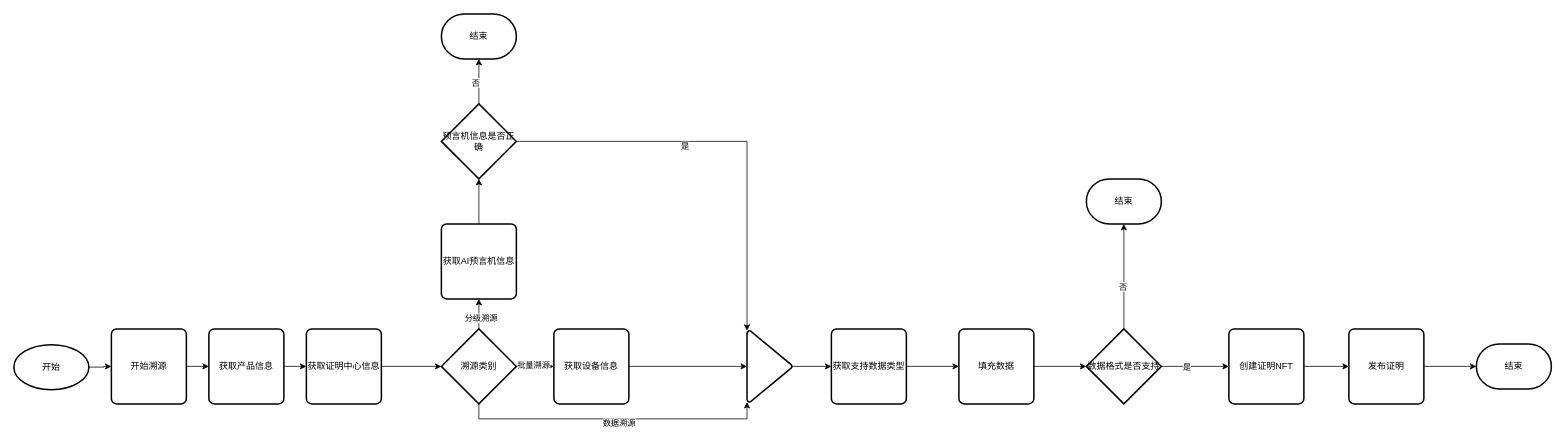
This is page "溯源功能" (5 of 11) of 申请流程.drawio from xymtop/draw, a draw.io file, before an edit. Source tidied: cells renumbered, new cells numbered last; positions are measured from the earlier drawing's top-left corner, leaving out a move shared by most shapes. Both pictures are drawn from the tidied source at 75%, with x=0, y=0 at pixel (14, 14).
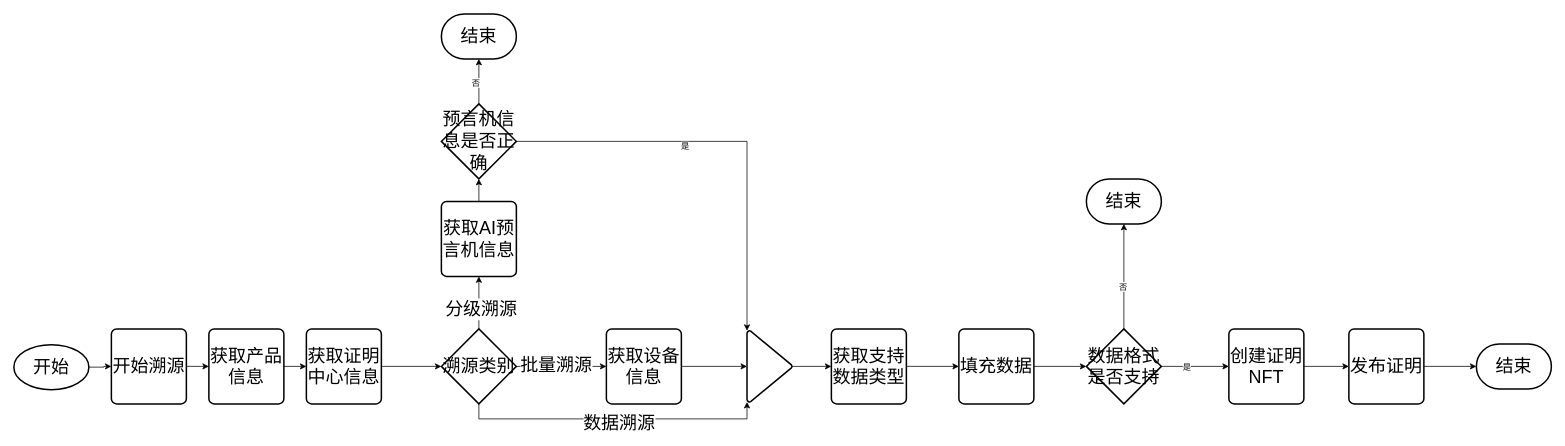
The same page after the edit.

The change refers to these unchanged cells:
```xml
<mxCell id="4" style="edgeStyle=orthogonalEdgeStyle;rounded=0;jettySize=auto;html=1;exitX=1;exitY=0.5;exitDx=0;exitDy=0;exitPerimeter=0;entryX=0;entryY=0.5;entryDx=0;entryDy=0;" parent="1" edge="1" source="8" target="16">
  <mxGeometry relative="1" as="geometry" />
</mxCell>
<mxCell id="6" style="edgeStyle=orthogonalEdgeStyle;rounded=0;jettySize=auto;html=1;exitX=0.5;exitY=0;exitDx=0;exitDy=0;exitPerimeter=0;entryX=0.5;entryY=1;entryDx=0;entryDy=0;" parent="1" edge="1" source="8" target="14">
  <mxGeometry relative="1" as="geometry" />
</mxCell>
<mxCell id="26" style="edgeStyle=orthogonalEdgeStyle;rounded=0;jettySize=auto;html=1;exitX=0.5;exitY=1;exitDx=0;exitDy=0;exitPerimeter=0;entryX=0;entryY=0;entryDx=0;entryDy=0;entryPerimeter=0;" parent="1" edge="1" source="8" target="20">
  <mxGeometry relative="1" as="geometry" />
</mxCell>
```

Diff of the diagram source:
```diff
@@
-    <mxCell id="3" value="开始" style="strokeWidth=2;html=1;shape=mxgraph.flowchart.start_1;whiteSpace=wrap;" parent="1" vertex="1">
+    <mxCell id="3" value="&lt;font style=&quot;font-size: 24px;&quot;&gt;开始&lt;/font&gt;" style="strokeWidth=2;html=1;shape=mxgraph.flowchart.start_1;whiteSpace=wrap;" parent="1" vertex="1">
       <mxGeometry y="441" width="100" height="60" as="geometry" />
     </mxCell>
@@
-    <mxCell id="5" value="批量溯源" style="edgeLabel;html=1;align=center;verticalAlign=middle;" parent="4" vertex="1">
+    <mxCell id="5" value="&lt;font style=&quot;font-size: 24px;&quot;&gt;批量溯源&lt;/font&gt;" style="edgeLabel;html=1;align=center;verticalAlign=middle;" parent="4" vertex="1">
       <mxGeometry x="-0.13" y="2" relative="1" as="geometry" />
     </mxCell>
@@
-    <mxCell id="7" value="分级溯源" style="edgeLabel;html=1;align=center;verticalAlign=middle;" parent="6" vertex="1">
+    <mxCell id="7" value="&lt;font style=&quot;font-size: 24px;&quot;&gt;分级溯源&lt;/font&gt;" style="edgeLabel;html=1;align=center;verticalAlign=middle;" parent="6" vertex="1">
       <mxGeometry x="-0.23" y="-2" relative="1" as="geometry" />
     </mxCell>
-    <mxCell id="8" value="溯源类别" style="strokeWidth=2;html=1;shape=mxgraph.flowchart.decision;whiteSpace=wrap;" parent="1" vertex="1">
+    <mxCell id="8" value="&lt;font style=&quot;font-size: 24px;&quot;&gt;溯源类别&lt;/font&gt;" style="strokeWidth=2;html=1;shape=mxgraph.flowchart.decision;whiteSpace=wrap;" parent="1" vertex="1">
       <mxGeometry x="570" y="420" width="100" height="100" as="geometry" />
     </mxCell>
@@
-    <mxCell id="10" value="开始溯源" style="rounded=1;whiteSpace=wrap;html=1;absoluteArcSize=1;arcSize=14;strokeWidth=2;" parent="1" vertex="1">
+    <mxCell id="10" value="&lt;font style=&quot;font-size: 24px;&quot;&gt;开始溯源&lt;/font&gt;" style="rounded=1;whiteSpace=wrap;html=1;absoluteArcSize=1;arcSize=14;strokeWidth=2;" parent="1" vertex="1">
       <mxGeometry x="130" y="420" width="100" height="100" as="geometry" />
     </mxCell>
@@
-    <mxCell id="12" value="获取产品信息" style="rounded=1;whiteSpace=wrap;html=1;absoluteArcSize=1;arcSize=14;strokeWidth=2;" parent="1" vertex="1">
+    <mxCell id="12" value="&lt;font style=&quot;font-size: 24px;&quot;&gt;获取产品信息&lt;/font&gt;" style="rounded=1;whiteSpace=wrap;html=1;absoluteArcSize=1;arcSize=14;strokeWidth=2;" parent="1" vertex="1">
       <mxGeometry x="260" y="420" width="100" height="100" as="geometry" />
     </mxCell>
-    <mxCell id="13" value="获取证明中心信息" style="rounded=1;whiteSpace=wrap;html=1;absoluteArcSize=1;arcSize=14;strokeWidth=2;" parent="1" vertex="1">
+    <mxCell id="13" value="&lt;font style=&quot;font-size: 24px;&quot;&gt;获取证明中心信息&lt;/font&gt;" style="rounded=1;whiteSpace=wrap;html=1;absoluteArcSize=1;arcSize=14;strokeWidth=2;" parent="1" vertex="1">
       <mxGeometry x="390" y="420" width="100" height="100" as="geometry" />
     </mxCell>
-    <mxCell id="14" value="获取AI预言机信息" style="rounded=1;whiteSpace=wrap;html=1;absoluteArcSize=1;arcSize=14;strokeWidth=2;" parent="1" vertex="1">
-      <mxGeometry x="570" y="280" width="100" height="100" as="geometry" />
+    <mxCell id="14" value="&lt;font style=&quot;font-size: 24px;&quot;&gt;获取AI预言机信息&lt;/font&gt;" style="rounded=1;whiteSpace=wrap;html=1;absoluteArcSize=1;arcSize=14;strokeWidth=2;" parent="1" vertex="1">
+      <mxGeometry x="570" y="250" width="100" height="100" as="geometry" />
     </mxCell>
-    <mxCell id="15" value="预言机信息是否正确" style="strokeWidth=2;html=1;shape=mxgraph.flowchart.decision;whiteSpace=wrap;" parent="1" vertex="1">
+    <mxCell id="15" value="&lt;font style=&quot;font-size: 24px;&quot;&gt;预言机信息是否正确&lt;/font&gt;" style="strokeWidth=2;html=1;shape=mxgraph.flowchart.decision;whiteSpace=wrap;" parent="1" vertex="1">
       <mxGeometry x="570" y="120" width="100" height="100" as="geometry" />
     </mxCell>
-    <mxCell id="16" value="获取设备信息" style="rounded=1;whiteSpace=wrap;html=1;absoluteArcSize=1;arcSize=14;strokeWidth=2;" parent="1" vertex="1">
-      <mxGeometry x="720" y="420" width="100" height="100" as="geometry" />
+    <mxCell id="16" value="&lt;font style=&quot;font-size: 24px;&quot;&gt;获取设备信息&lt;/font&gt;" style="rounded=1;whiteSpace=wrap;html=1;absoluteArcSize=1;arcSize=14;strokeWidth=2;" parent="1" vertex="1">
+      <mxGeometry x="790" y="420" width="100" height="100" as="geometry" />
     </mxCell>
@@
-    <mxCell id="18" value="获取支持数据类型" style="rounded=1;whiteSpace=wrap;html=1;absoluteArcSize=1;arcSize=14;strokeWidth=2;" parent="1" vertex="1">
+    <mxCell id="18" value="&lt;font style=&quot;font-size: 24px;&quot;&gt;获取支持数据类型&lt;/font&gt;" style="rounded=1;whiteSpace=wrap;html=1;absoluteArcSize=1;arcSize=14;strokeWidth=2;" parent="1" vertex="1">
       <mxGeometry x="1090" y="420" width="100" height="100" as="geometry" />
     </mxCell>
@@
-    <mxCell id="27" value="数据溯源" style="edgeLabel;html=1;align=center;verticalAlign=middle;" parent="26" vertex="1">
+    <mxCell id="27" value="&lt;font style=&quot;font-size: 24px;&quot;&gt;数据溯源&lt;/font&gt;" style="edgeLabel;html=1;align=center;verticalAlign=middle;" parent="26" vertex="1">
       <mxGeometry x="0.03" y="-5" relative="1" as="geometry" />
     </mxCell>
-    <mxCell id="28" value="填充数据" style="rounded=1;whiteSpace=wrap;html=1;absoluteArcSize=1;arcSize=14;strokeWidth=2;" parent="1" vertex="1">
+    <mxCell id="28" value="&lt;font style=&quot;font-size: 24px;&quot;&gt;填充数据&lt;/font&gt;" style="rounded=1;whiteSpace=wrap;html=1;absoluteArcSize=1;arcSize=14;strokeWidth=2;" parent="1" vertex="1">
       <mxGeometry x="1260" y="420" width="100" height="100" as="geometry" />
     </mxCell>
@@
-    <mxCell id="31" value="数据格式是否支持" style="strokeWidth=2;html=1;shape=mxgraph.flowchart.decision;whiteSpace=wrap;" parent="1" vertex="1">
+    <mxCell id="31" value="&lt;font style=&quot;font-size: 24px;&quot;&gt;数据格式是否支持&lt;/font&gt;" style="strokeWidth=2;html=1;shape=mxgraph.flowchart.decision;whiteSpace=wrap;" parent="1" vertex="1">
       <mxGeometry x="1430" y="420" width="100" height="100" as="geometry" />
     </mxCell>
@@
-    <mxCell id="33" value="创建证明NFT" style="rounded=1;whiteSpace=wrap;html=1;absoluteArcSize=1;arcSize=14;strokeWidth=2;" parent="1" vertex="1">
+    <mxCell id="33" value="&lt;font style=&quot;font-size: 24px;&quot;&gt;创建证明NFT&lt;/font&gt;" style="rounded=1;whiteSpace=wrap;html=1;absoluteArcSize=1;arcSize=14;strokeWidth=2;" parent="1" vertex="1">
       <mxGeometry x="1620" y="420" width="100" height="100" as="geometry" />
     </mxCell>
-    <mxCell id="34" value="发布证明" style="rounded=1;whiteSpace=wrap;html=1;absoluteArcSize=1;arcSize=14;strokeWidth=2;" parent="1" vertex="1">
+    <mxCell id="34" value="&lt;font style=&quot;font-size: 24px;&quot;&gt;发布证明&lt;/font&gt;" style="rounded=1;whiteSpace=wrap;html=1;absoluteArcSize=1;arcSize=14;strokeWidth=2;" parent="1" vertex="1">
       <mxGeometry x="1780" y="420" width="100" height="100" as="geometry" />
     </mxCell>
@@
-    <mxCell id="36" value="结束" style="strokeWidth=2;html=1;shape=mxgraph.flowchart.terminator;whiteSpace=wrap;" parent="1" vertex="1">
+    <mxCell id="36" value="&lt;font style=&quot;font-size: 24px;&quot;&gt;结束&lt;/font&gt;" style="strokeWidth=2;html=1;shape=mxgraph.flowchart.terminator;whiteSpace=wrap;" parent="1" vertex="1">
       <mxGeometry x="1950" y="440" width="100" height="60" as="geometry" />
     </mxCell>
@@
-    <mxCell id="38" value="结束" style="strokeWidth=2;html=1;shape=mxgraph.flowchart.terminator;whiteSpace=wrap;" parent="1" vertex="1">
+    <mxCell id="38" value="&lt;font style=&quot;font-size: 24px;&quot;&gt;结束&lt;/font&gt;" style="strokeWidth=2;html=1;shape=mxgraph.flowchart.terminator;whiteSpace=wrap;" parent="1" vertex="1">
       <mxGeometry x="570" width="100" height="60" as="geometry" />
     </mxCell>
@@
-    <mxCell id="41" value="结束" style="strokeWidth=2;html=1;shape=mxgraph.flowchart.terminator;whiteSpace=wrap;" parent="1" vertex="1">
+    <mxCell id="41" value="&lt;font style=&quot;font-size: 24px;&quot;&gt;结束&lt;/font&gt;" style="strokeWidth=2;html=1;shape=mxgraph.flowchart.terminator;whiteSpace=wrap;" parent="1" vertex="1">
       <mxGeometry x="1430" y="220" width="100" height="60" as="geometry" />
     </mxCell>
```
